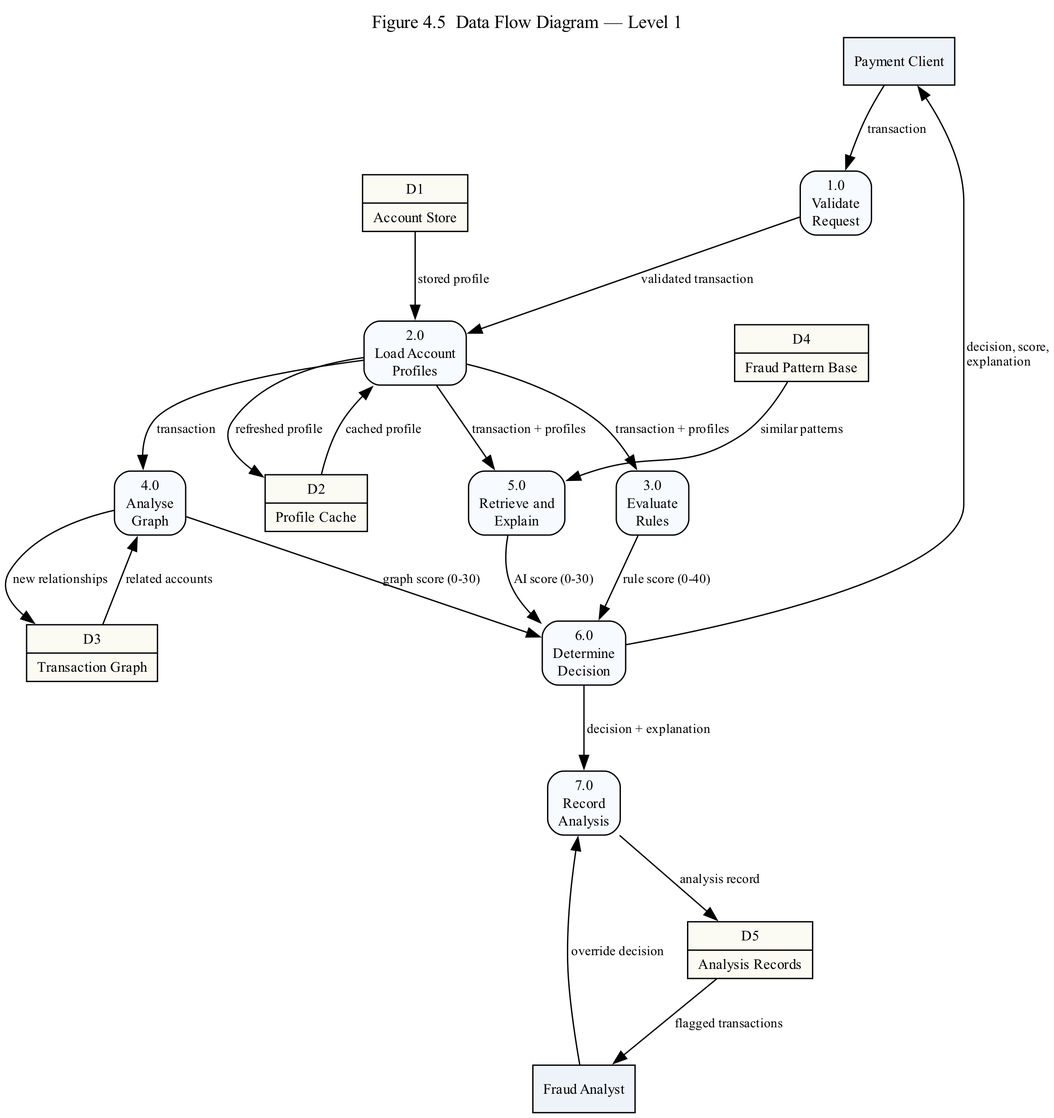
This is docs/diagrams/11-dfd1.png from OMJOSHI15/indus11, a Graphviz export, as it was before one commit. Its source is kept beside it as docs/diagrams/11-dfd1.dot.
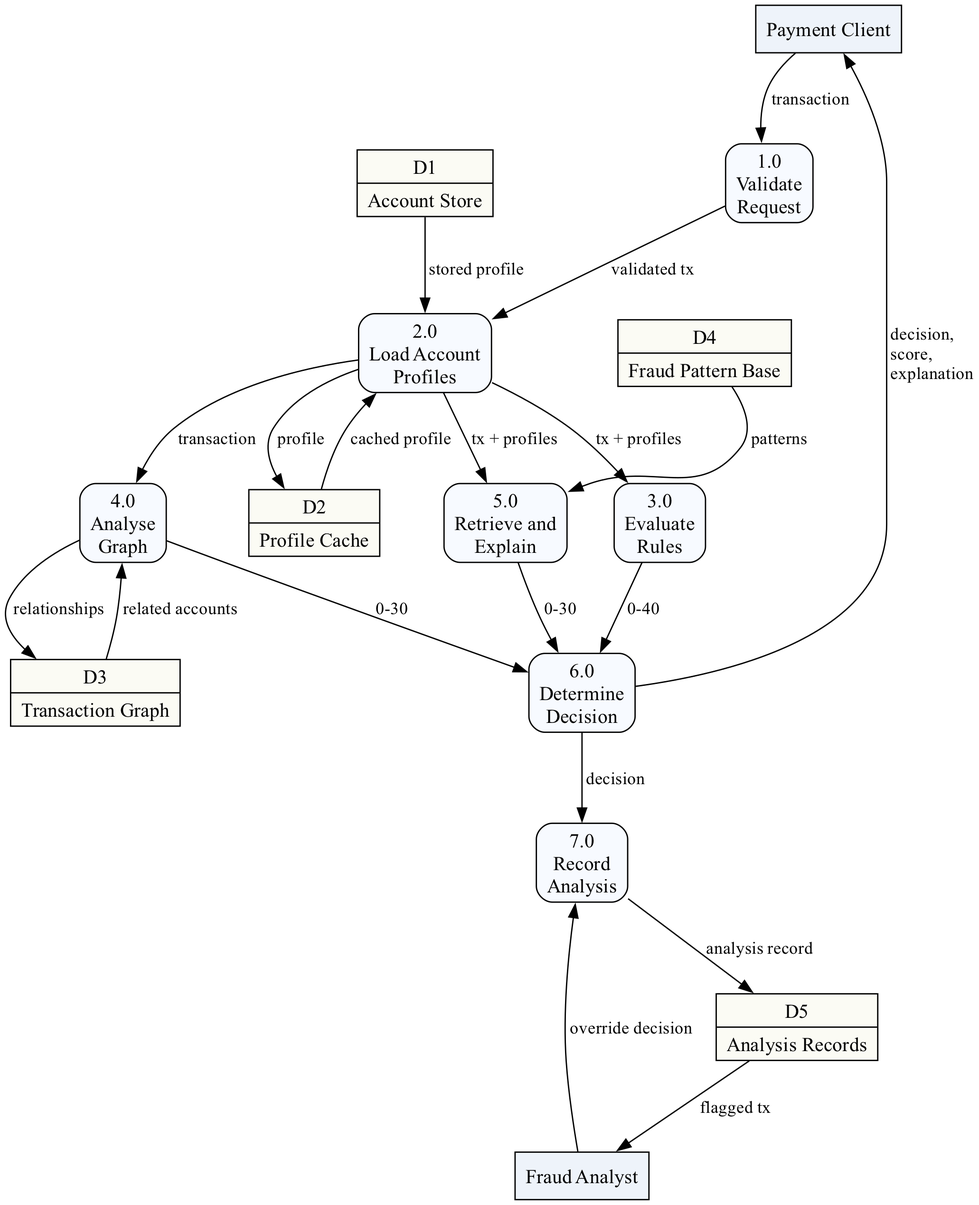
Later version of the same file.

Diff of the diagram source:
```diff
@@ -1,8 +1,7 @@
 digraph DFD1 {
-  graph [rankdir=TB, fontname="Times-Roman", fontsize=14, labelloc=t,
-         label="Figure 4.5  Data Flow Diagram — Level 1", nodesep=0.5, ranksep=0.75];
-  node  [fontname="Times-Roman", fontsize=11];
-  edge  [fontname="Times-Roman", fontsize=10];
+  graph [rankdir=TB, fontname="Times-Roman", fontsize=14, nodesep=0.5, ranksep=0.75];
+  node  [fontname="Times-Roman", fontsize=15];
+  edge  [fontname="Times-Roman", fontsize=13];
 
   CL  [shape=box, style=filled, fillcolor="#EEF3FA", label="Payment Client"];
   AN  [shape=box, style=filled, fillcolor="#EEF3FA", label="Fraud Analyst"];
@@ -22,22 +21,22 @@
   D5 [shape=record, style=filled, fillcolor="#FBFBF4", label="{D5|Analysis Records}"];
 
   CL -> P1 [label=" transaction"];
-  P1 -> P2 [label=" validated transaction"];
+  P1 -> P2 [label=" validated tx"];
   D2 -> P2 [label=" cached profile"];
   D1 -> P2 [label=" stored profile"];
-  P2 -> D2 [label=" refreshed profile"];
-  P2 -> P3 [label=" transaction + profiles"];
+  P2 -> D2 [label=" profile"];
+  P2 -> P3 [label=" tx + profiles"];
   P2 -> P4 [label=" transaction"];
-  P2 -> P5 [label=" transaction + profiles"];
+  P2 -> P5 [label=" tx + profiles"];
   D3 -> P4 [label=" related accounts"];
-  P4 -> D3 [label=" new relationships"];
-  D4 -> P5 [label=" similar patterns"];
-  P3 -> P6 [label=" rule score (0-40)"];
-  P4 -> P6 [label=" graph score (0-30)"];
-  P5 -> P6 [label=" AI score (0-30)"];
-  P6 -> P7 [label=" decision + explanation"];
+  P4 -> D3 [label=" relationships"];
+  D4 -> P5 [label=" patterns"];
+  P3 -> P6 [label=" 0-40"];
+  P4 -> P6 [label=" 0-30"];
+  P5 -> P6 [label=" 0-30"];
+  P6 -> P7 [label=" decision"];
   P7 -> D5 [label=" analysis record"];
-  P6 -> CL [label=" decision, score,\l explanation\l"];
-  D5 -> AN [label=" flagged transactions"];
+  P6 -> CL [label=" decision,\l score,\l explanation\l"];
+  D5 -> AN [label=" flagged tx"];
   AN -> P7 [label=" override decision"];
 }
```
